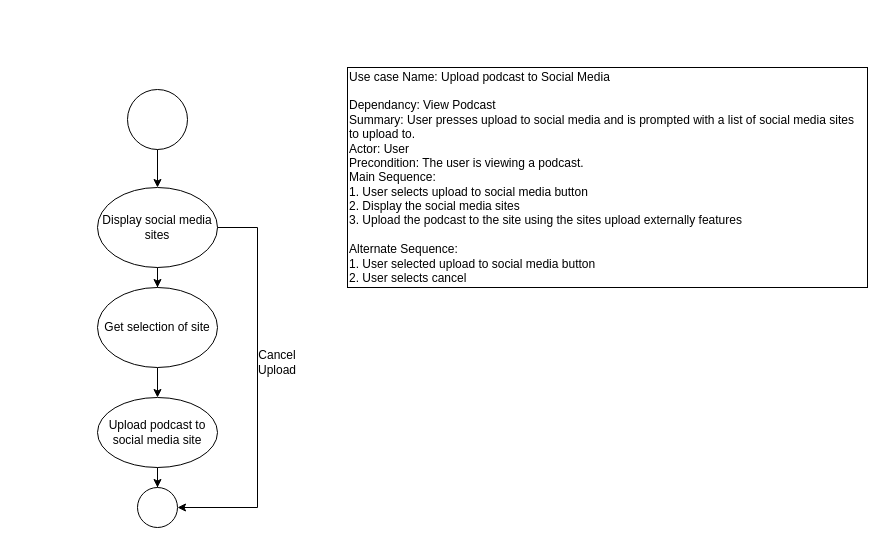
Earlier version of the draw.io diagram SocialMedia_ActivityDiagram.drawio (Glizzus/COMP-3700). Source tidied: cells renumbered, new cells numbered last; positions are measured from the earlier drawing's top-left corner, leaving out a move shared by most shapes. Both pictures are drawn from the tidied source at 100%, with x=0, y=0 at pixel (97, 67).
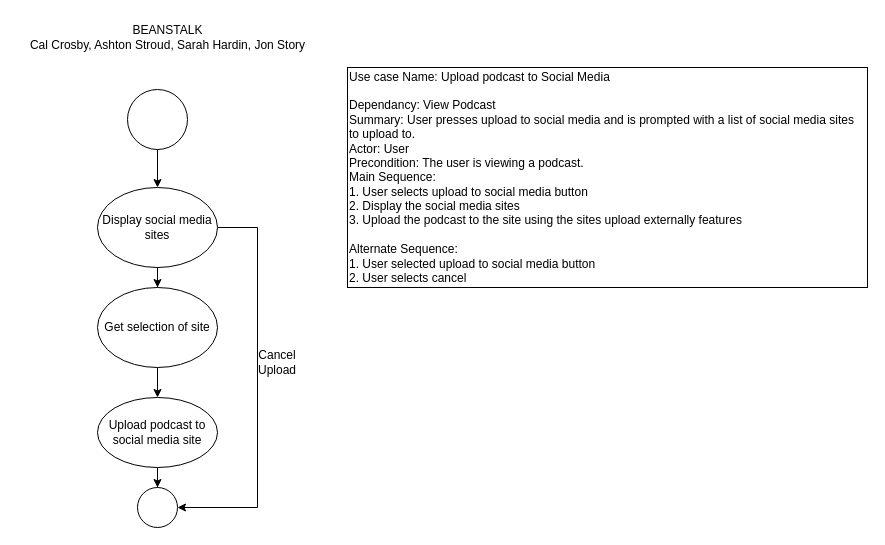
After the change.

Diff of the diagram source:
```diff
@@
 <mxGraphModel>
   <root>
     <mxCell id="0" />
     <mxCell id="1" parent="0" />
     <mxCell id="2" style="ellipse;whiteSpace=wrap;html=1;" parent="1" vertex="1">
       <mxGeometry x="30" y="22" width="60" height="60" as="geometry" />
     </mxCell>
     <mxCell id="3" style="edgeStyle=orthogonalEdgeStyle;rounded=0;jettySize=auto;html=1;exitX=0.5;exitY=1;exitDx=0;exitDy=0;" parent="1" edge="1" source="2" target="5">
       <mxGeometry relative="1" as="geometry" />
     </mxCell>
     <mxCell id="4" style="edgeStyle=orthogonalEdgeStyle;rounded=0;jettySize=auto;html=1;" parent="1" edge="1" source="5" target="10">
       <mxGeometry relative="1" as="geometry" />
     </mxCell>
     <mxCell id="5" value="Display social media sites" style="ellipse;whiteSpace=wrap;html=1;" parent="1" vertex="1">
       <mxGeometry y="120" width="120" height="80" as="geometry" />
     </mxCell>
     <mxCell id="6" style="edgeStyle=orthogonalEdgeStyle;rounded=0;jettySize=auto;html=1;" parent="1" edge="1" source="7" target="8">
       <mxGeometry relative="1" as="geometry" />
     </mxCell>
     <mxCell id="7" value="Upload podcast to social media site" style="ellipse;whiteSpace=wrap;html=1;" parent="1" vertex="1">
       <mxGeometry y="330" width="120" height="70" as="geometry" />
     </mxCell>
     <mxCell id="8" style="ellipse;whiteSpace=wrap;html=1;" parent="1" vertex="1">
       <mxGeometry x="40" y="420" width="40" height="40" as="geometry" />
     </mxCell>
     <mxCell id="9" style="edgeStyle=orthogonalEdgeStyle;rounded=0;jettySize=auto;html=1;" parent="1" edge="1" source="10" target="7">
       <mxGeometry relative="1" as="geometry" />
     </mxCell>
     <mxCell id="10" value="Get selection of site" style="ellipse;whiteSpace=wrap;html=1;" parent="1" vertex="1">
       <mxGeometry y="220" width="120" height="80" as="geometry" />
     </mxCell>
     <mxCell id="11" value="Use case Name: Upload podcast to Social Media&lt;br&gt;&lt;br style=&quot;border-color: var(--border-color);&quot;&gt;&lt;span style=&quot;&quot;&gt;Dependancy: View Podcast&lt;/span&gt;&lt;br style=&quot;border-color: var(--border-color);&quot;&gt;&lt;span style=&quot;&quot;&gt;Summary: User presses upload to social media and is prompted with a list of social media sites to upload to.&lt;/span&gt;&lt;br style=&quot;border-color: var(--border-color);&quot;&gt;&lt;span style=&quot;&quot;&gt;Actor: User&lt;/span&gt;&lt;br style=&quot;border-color: var(--border-color);&quot;&gt;&lt;span style=&quot;&quot;&gt;Precondition: The user is viewing a podcast.&lt;/span&gt;&lt;br style=&quot;border-color: var(--border-color);&quot;&gt;&lt;span style=&quot;&quot;&gt;Main Sequence:&lt;/span&gt;&lt;br style=&quot;border-color: var(--border-color);&quot;&gt;&lt;span style=&quot;&quot;&gt;1. User selects upload to social media button&lt;/span&gt;&lt;br style=&quot;border-color: var(--border-color);&quot;&gt;&lt;span style=&quot;&quot;&gt;2. Display the social media sites&lt;/span&gt;&lt;br style=&quot;border-color: var(--border-color);&quot;&gt;&lt;div style=&quot;&quot;&gt;&lt;span style=&quot;background-color: initial;&quot;&gt;3. Upload the podcast to the site using the sites upload externally features&lt;/span&gt;&lt;/div&gt;&lt;div style=&quot;&quot;&gt;&lt;span style=&quot;background-color: initial;&quot;&gt;&lt;br&gt;&lt;/span&gt;&lt;/div&gt;&lt;div style=&quot;&quot;&gt;&lt;span style=&quot;background-color: initial;&quot;&gt;Alternate Sequence:&lt;br&gt;1. User selected upload to social media button&lt;/span&gt;&lt;/div&gt;&lt;div style=&quot;&quot;&gt;&lt;span style=&quot;background-color: initial;&quot;&gt;2. User selects cancel&lt;/span&gt;&lt;/div&gt;" style="rounded=0;whiteSpace=wrap;html=1;align=left;" parent="1" vertex="1">
       <mxGeometry x="250" width="520" height="220" as="geometry" />
     </mxCell>
     <mxCell id="12" style="endArrow=classic;html=1;rounded=0;exitX=1;exitY=0.5;exitDx=0;exitDy=0;entryX=1;entryY=0.5;entryDx=0;entryDy=0;" parent="1" edge="1" source="5" target="8">
       <mxGeometry relative="1" as="geometry">
         <Array as="points">
           <mxPoint x="160" y="160" />
           <mxPoint x="160" y="440" />
         </Array>
       </mxGeometry>
     </mxCell>
     <mxCell id="13" value="Cancel Upload" style="text;html=1;strokeColor=none;fillColor=none;align=center;verticalAlign=middle;whiteSpace=wrap;rounded=0;" parent="1" vertex="1">
       <mxGeometry x="140" y="280" width="80" height="30" as="geometry" />
     </mxCell>
+    <mxCell id="14" value="BEANSTALK&lt;br&gt;Cal Crosby, Ashton Stroud, Sarah Hardin, Jon Story" style="text;html=1;align=center;verticalAlign=middle;strokeColor=none;fillColor=none;" parent="1" vertex="1">
+      <mxGeometry x="-80" y="-50" width="300" height="40" as="geometry" />
+    </mxCell>
   </root>
 </mxGraphModel>
```
